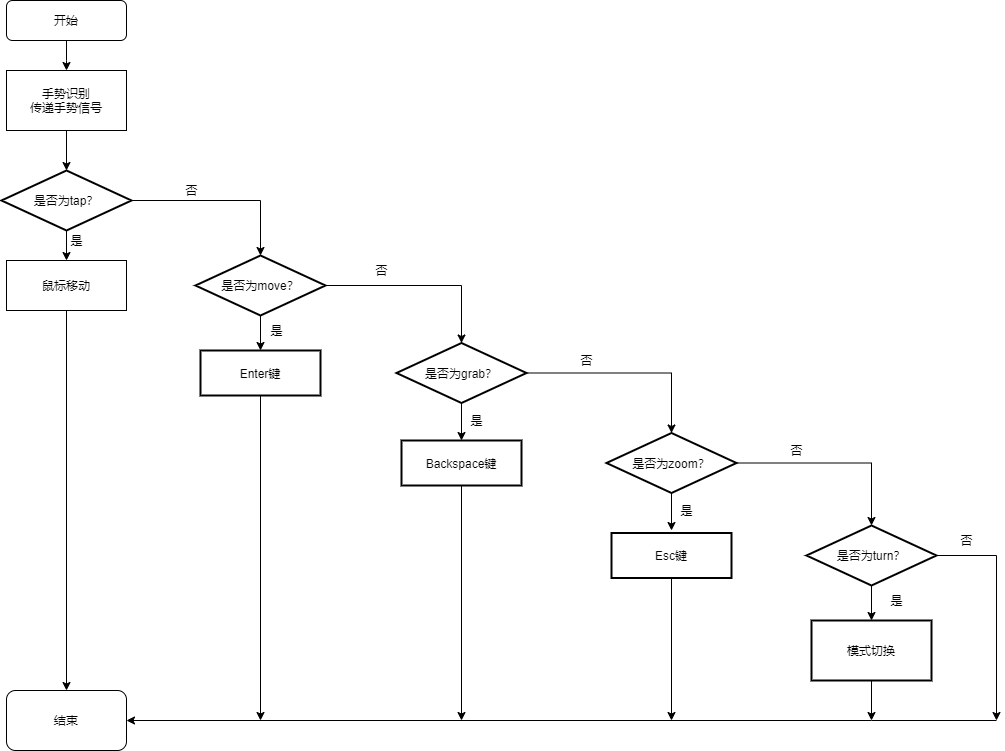
liang-yh/gitskills keeps this draw.io diagram as first.png. Above is the earlier version. Source tidied: cells renumbered, new cells last; positions are measured from the earlier drawing's top-left corner, leaving out a move shared by most shapes.
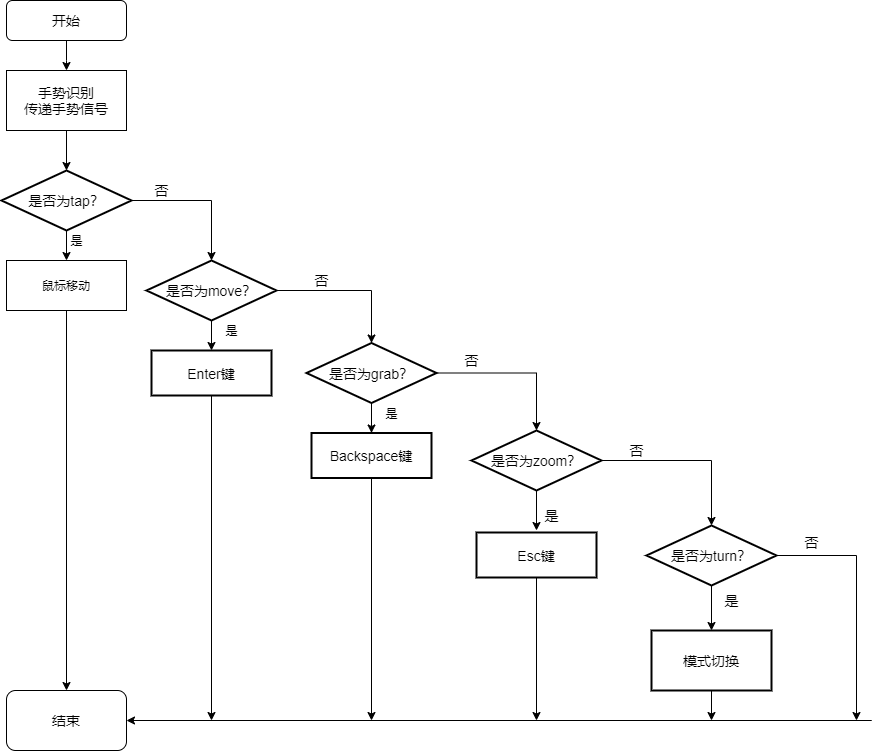
The same file after the commit.

The edit, as a diff of the source:
```diff
@@ -2,7 +2,7 @@
   <root>
     <mxCell id="0" />
     <mxCell id="1" parent="0" />
-    <mxCell id="2" value="开始" style="rounded=1;whiteSpace=wrap;html=1;fontSize=12;glass=0;strokeWidth=1;shadow=0;" parent="1" vertex="1">
+    <mxCell id="2" value="&lt;font style=&quot;font-size: 14px&quot;&gt;开始&lt;/font&gt;" style="rounded=1;whiteSpace=wrap;html=1;fontSize=12;glass=0;strokeWidth=1;shadow=0;" parent="1" vertex="1">
       <mxGeometry x="5" width="120" height="40" as="geometry" />
     </mxCell>
     <mxCell id="3" style="edgeStyle=orthogonalEdgeStyle;rounded=0;jettySize=auto;html=1;" parent="1" edge="1" source="4">
@@ -10,13 +10,17 @@
         <mxPoint x="65" y="170" as="targetPoint" />
       </mxGeometry>
     </mxCell>
-    <mxCell id="4" value="手势识别&lt;br&gt;传递手势信号" style="rounded=0;whiteSpace=wrap;html=1;" parent="1" vertex="1">
+    <mxCell id="4" value="&lt;font style=&quot;font-size: 14px&quot;&gt;手势识别&lt;br&gt;传递手势信号&lt;/font&gt;" style="rounded=0;whiteSpace=wrap;html=1;" parent="1" vertex="1">
       <mxGeometry x="5" y="70" width="120" height="60" as="geometry" />
     </mxCell>
     <mxCell id="5" style="edgeStyle=orthogonalEdgeStyle;rounded=0;jettySize=auto;html=1;" parent="1" edge="1" source="6" target="14">
-      <mxGeometry relative="1" as="geometry" />
+      <mxGeometry relative="1" as="geometry">
+        <Array as="points">
+          <mxPoint x="210" y="200" />
+        </Array>
+      </mxGeometry>
     </mxCell>
-    <mxCell id="6" value="是否为tap？" style="strokeWidth=2;html=1;shape=mxgraph.flowchart.decision;whiteSpace=wrap;" parent="1" vertex="1">
+    <mxCell id="6" value="&lt;font style=&quot;font-size: 14px&quot;&gt;是否为tap？&lt;/font&gt;" style="strokeWidth=2;html=1;shape=mxgraph.flowchart.decision;whiteSpace=wrap;" parent="1" vertex="1">
       <mxGeometry y="170" width="130" height="60" as="geometry" />
     </mxCell>
     <mxCell id="7" style="edgeStyle=orthogonalEdgeStyle;rounded=0;jettySize=auto;html=1;entryX=0.5;entryY=0;entryDx=0;entryDy=0;exitX=0.5;exitY=1;exitDx=0;exitDy=0;" parent="1" edge="1" source="2" target="4">
@@ -47,16 +51,16 @@
     <mxCell id="13" style="edgeStyle=orthogonalEdgeStyle;rounded=0;jettySize=auto;html=1;" parent="1" edge="1" source="14" target="19">
       <mxGeometry relative="1" as="geometry" />
     </mxCell>
-    <mxCell id="14" value="是否为move？" style="strokeWidth=2;html=1;shape=mxgraph.flowchart.decision;whiteSpace=wrap;" parent="1" vertex="1">
-      <mxGeometry x="194" y="255" width="130" height="60" as="geometry" />
+    <mxCell id="14" value="&lt;font style=&quot;font-size: 14px&quot;&gt;是否为move？&lt;/font&gt;" style="strokeWidth=2;html=1;shape=mxgraph.flowchart.decision;whiteSpace=wrap;" parent="1" vertex="1">
+      <mxGeometry x="145" y="260" width="130" height="60" as="geometry" />
     </mxCell>
     <mxCell id="15" style="edgeStyle=orthogonalEdgeStyle;rounded=0;jettySize=auto;html=1;" parent="1" edge="1" source="16">
       <mxGeometry relative="1" as="geometry">
-        <mxPoint x="259" y="720" as="targetPoint" />
+        <mxPoint x="210" y="720" as="targetPoint" />
       </mxGeometry>
     </mxCell>
-    <mxCell id="16" value="Enter键" style="whiteSpace=wrap;html=1;strokeWidth=2;" parent="1" vertex="1">
-      <mxGeometry x="199" y="350" width="120" height="45" as="geometry" />
+    <mxCell id="16" value="&lt;font style=&quot;font-size: 14px&quot;&gt;Enter键&lt;/font&gt;" style="whiteSpace=wrap;html=1;strokeWidth=2;" parent="1" vertex="1">
+      <mxGeometry x="150" y="350" width="120" height="45" as="geometry" />
     </mxCell>
     <mxCell id="17" style="edgeStyle=orthogonalEdgeStyle;rounded=0;jettySize=auto;html=1;" parent="1" edge="1" source="19" target="25">
       <mxGeometry relative="1" as="geometry" />
@@ -64,61 +68,67 @@
     <mxCell id="18" style="edgeStyle=orthogonalEdgeStyle;rounded=0;jettySize=auto;html=1;" parent="1" edge="1" source="19" target="27">
       <mxGeometry relative="1" as="geometry" />
     </mxCell>
-    <mxCell id="19" value="是否为grab？" style="strokeWidth=2;html=1;shape=mxgraph.flowchart.decision;whiteSpace=wrap;" parent="1" vertex="1">
-      <mxGeometry x="395" y="342.5" width="130" height="60" as="geometry" />
+    <mxCell id="19" value="&lt;font style=&quot;font-size: 14px&quot;&gt;是否为grab？&lt;/font&gt;" style="strokeWidth=2;html=1;shape=mxgraph.flowchart.decision;whiteSpace=wrap;" parent="1" vertex="1">
+      <mxGeometry x="305" y="342.5" width="130" height="60" as="geometry" />
     </mxCell>
-    <mxCell id="20" value="否" style="text;html=1;align=center;verticalAlign=middle;strokeColor=none;" parent="1" vertex="1">
-      <mxGeometry x="175" y="180" width="30" height="20" as="geometry" />
+    <mxCell id="20" value="&lt;font style=&quot;font-size: 14px&quot;&gt;否&lt;/font&gt;" style="text;html=1;align=center;verticalAlign=middle;strokeColor=none;" parent="1" vertex="1">
+      <mxGeometry x="145" y="180" width="30" height="20" as="geometry" />
     </mxCell>
-    <mxCell id="21" value="否" style="text;html=1;align=center;verticalAlign=middle;strokeColor=none;" parent="1" vertex="1">
-      <mxGeometry x="365" y="260" width="30" height="20" as="geometry" />
+    <mxCell id="21" value="&lt;font style=&quot;font-size: 14px&quot;&gt;否&lt;/font&gt;" style="text;html=1;align=center;verticalAlign=middle;strokeColor=none;" parent="1" vertex="1">
+      <mxGeometry x="305" y="270" width="30" height="20" as="geometry" />
     </mxCell>
     <mxCell id="22" value="是" style="text;html=1;align=center;verticalAlign=middle;strokeColor=none;" parent="1" vertex="1">
-      <mxGeometry x="260" y="320" width="30" height="20" as="geometry" />
+      <mxGeometry x="215" y="320" width="30" height="20" as="geometry" />
     </mxCell>
     <mxCell id="23" style="edgeStyle=orthogonalEdgeStyle;rounded=0;jettySize=auto;html=1;" parent="1" edge="1" source="25" target="32">
       <mxGeometry relative="1" as="geometry" />
     </mxCell>
     <mxCell id="24" style="edgeStyle=orthogonalEdgeStyle;rounded=0;jettySize=auto;html=1;" parent="1" edge="1" source="25">
       <mxGeometry relative="1" as="geometry">
-        <mxPoint x="670" y="530" as="targetPoint" />
+        <mxPoint x="535" y="530" as="targetPoint" />
+        <Array as="points">
+          <mxPoint x="535" y="530" />
+        </Array>
       </mxGeometry>
     </mxCell>
-    <mxCell id="25" value="是否为zoom？" style="strokeWidth=2;html=1;shape=mxgraph.flowchart.decision;whiteSpace=wrap;" parent="1" vertex="1">
-      <mxGeometry x="605" y="432.5" width="130" height="60" as="geometry" />
+    <mxCell id="25" value="&lt;font style=&quot;font-size: 14px&quot;&gt;是否为zoom？&lt;/font&gt;" style="strokeWidth=2;html=1;shape=mxgraph.flowchart.decision;whiteSpace=wrap;" parent="1" vertex="1">
+      <mxGeometry x="470" y="430" width="130" height="60" as="geometry" />
     </mxCell>
     <mxCell id="26" style="edgeStyle=orthogonalEdgeStyle;rounded=0;jettySize=auto;html=1;" parent="1" edge="1" source="27">
       <mxGeometry relative="1" as="geometry">
-        <mxPoint x="460" y="720" as="targetPoint" />
+        <mxPoint x="370" y="720" as="targetPoint" />
+        <Array as="points">
+          <mxPoint x="370" y="720" />
+        </Array>
       </mxGeometry>
     </mxCell>
-    <mxCell id="27" value="Backspace键" style="whiteSpace=wrap;html=1;strokeWidth=2;" parent="1" vertex="1">
-      <mxGeometry x="400" y="440" width="120" height="45" as="geometry" />
+    <mxCell id="27" value="&lt;font style=&quot;font-size: 14px&quot;&gt;Backspace键&lt;/font&gt;" style="whiteSpace=wrap;html=1;strokeWidth=2;" parent="1" vertex="1">
+      <mxGeometry x="310" y="432.5" width="120" height="45" as="geometry" />
     </mxCell>
-    <mxCell id="28" value="否" style="text;html=1;align=center;verticalAlign=middle;strokeColor=none;" parent="1" vertex="1">
-      <mxGeometry x="570" y="350" width="30" height="20" as="geometry" />
+    <mxCell id="28" value="&lt;font style=&quot;font-size: 14px&quot;&gt;否&lt;/font&gt;" style="text;html=1;align=center;verticalAlign=middle;strokeColor=none;" parent="1" vertex="1">
+      <mxGeometry x="455" y="350" width="30" height="20" as="geometry" />
     </mxCell>
     <mxCell id="29" value="是" style="text;html=1;align=center;verticalAlign=middle;strokeColor=none;" parent="1" vertex="1">
-      <mxGeometry x="460" y="410" width="30" height="20" as="geometry" />
+      <mxGeometry x="375" y="402.5" width="30" height="20" as="geometry" />
     </mxCell>
     <mxCell id="30" style="edgeStyle=orthogonalEdgeStyle;rounded=0;jettySize=auto;html=1;" parent="1" edge="1" source="32" target="35">
       <mxGeometry relative="1" as="geometry" />
     </mxCell>
     <mxCell id="31" style="edgeStyle=orthogonalEdgeStyle;rounded=0;jettySize=auto;html=1;" parent="1" edge="1" source="32">
       <mxGeometry relative="1" as="geometry">
-        <mxPoint x="995" y="720" as="targetPoint" />
+        <mxPoint x="855" y="720" as="targetPoint" />
         <Array as="points">
-          <mxPoint x="995" y="555" />
-          <mxPoint x="995" y="720" />
+          <mxPoint x="855" y="555" />
+          <mxPoint x="855" y="720" />
         </Array>
       </mxGeometry>
     </mxCell>
-    <mxCell id="32" value="是否为turn？" style="strokeWidth=2;html=1;shape=mxgraph.flowchart.decision;whiteSpace=wrap;" parent="1" vertex="1">
-      <mxGeometry x="805" y="525" width="130" height="60" as="geometry" />
+    <mxCell id="32" value="&lt;font style=&quot;font-size: 14px&quot;&gt;是否为turn？&lt;/font&gt;" style="strokeWidth=2;html=1;shape=mxgraph.flowchart.decision;whiteSpace=wrap;" parent="1" vertex="1">
+      <mxGeometry x="645" y="525" width="130" height="60" as="geometry" />
     </mxCell>
     <mxCell id="33" style="edgeStyle=orthogonalEdgeStyle;rounded=0;jettySize=auto;html=1;entryX=1;entryY=0.5;entryDx=0;entryDy=0;" parent="1" edge="1" target="40">
       <mxGeometry relative="1" as="geometry">
-        <mxPoint x="995" y="720" as="sourcePoint" />
+        <mxPoint x="825" y="720" as="sourcePoint" />
         <Array as="points">
           <mxPoint x="870" y="720" />
         </Array>
@@ -126,34 +136,34 @@
     </mxCell>
     <mxCell id="34" style="edgeStyle=orthogonalEdgeStyle;rounded=0;jettySize=auto;html=1;" parent="1" edge="1" source="35">
       <mxGeometry relative="1" as="geometry">
-        <mxPoint x="870" y="720" as="targetPoint" />
+        <mxPoint x="710" y="720" as="targetPoint" />
       </mxGeometry>
     </mxCell>
-    <mxCell id="35" value="模式切换" style="whiteSpace=wrap;html=1;strokeWidth=2;" parent="1" vertex="1">
-      <mxGeometry x="810" y="620" width="120" height="60" as="geometry" />
+    <mxCell id="35" value="&lt;font style=&quot;font-size: 14px&quot;&gt;模式切换&lt;/font&gt;" style="whiteSpace=wrap;html=1;strokeWidth=2;" parent="1" vertex="1">
+      <mxGeometry x="650" y="630" width="120" height="60" as="geometry" />
     </mxCell>
     <mxCell id="36" style="edgeStyle=orthogonalEdgeStyle;rounded=0;jettySize=auto;html=1;" parent="1" edge="1" source="37">
       <mxGeometry relative="1" as="geometry">
-        <mxPoint x="670" y="720" as="targetPoint" />
+        <mxPoint x="535" y="720" as="targetPoint" />
       </mxGeometry>
     </mxCell>
-    <mxCell id="37" value="Esc键" style="whiteSpace=wrap;html=1;strokeWidth=2;" parent="1" vertex="1">
-      <mxGeometry x="610" y="532.5" width="120" height="45" as="geometry" />
+    <mxCell id="37" value="&lt;font style=&quot;font-size: 14px&quot;&gt;Esc键&lt;/font&gt;" style="whiteSpace=wrap;html=1;strokeWidth=2;" parent="1" vertex="1">
+      <mxGeometry x="475" y="532" width="120" height="45" as="geometry" />
     </mxCell>
-    <mxCell id="38" value="是" style="text;html=1;align=center;verticalAlign=middle;strokeColor=none;" parent="1" vertex="1">
-      <mxGeometry x="670" y="500" width="30" height="20" as="geometry" />
+    <mxCell id="38" value="&lt;font style=&quot;font-size: 14px&quot;&gt;是&lt;/font&gt;" style="text;html=1;align=center;verticalAlign=middle;strokeColor=none;" parent="1" vertex="1">
+      <mxGeometry x="535" y="505" width="30" height="20" as="geometry" />
     </mxCell>
-    <mxCell id="39" value="否" style="text;html=1;align=center;verticalAlign=middle;strokeColor=none;" parent="1" vertex="1">
-      <mxGeometry x="780" y="440" width="30" height="20" as="geometry" />
+    <mxCell id="39" value="&lt;font style=&quot;font-size: 14px&quot;&gt;否&lt;/font&gt;" style="text;html=1;align=center;verticalAlign=middle;strokeColor=none;" parent="1" vertex="1">
+      <mxGeometry x="620" y="440" width="30" height="20" as="geometry" />
     </mxCell>
-    <mxCell id="40" value="结束" style="rounded=1;whiteSpace=wrap;html=1;" parent="1" vertex="1">
+    <mxCell id="40" value="&lt;font style=&quot;font-size: 14px&quot;&gt;结束&lt;/font&gt;" style="rounded=1;whiteSpace=wrap;html=1;" parent="1" vertex="1">
       <mxGeometry x="5" y="690" width="120" height="60" as="geometry" />
     </mxCell>
-    <mxCell id="41" value="是" style="text;html=1;align=center;verticalAlign=middle;strokeColor=none;" parent="1" vertex="1">
-      <mxGeometry x="880" y="590" width="30" height="20" as="geometry" />
+    <mxCell id="41" value="&lt;font style=&quot;font-size: 14px&quot;&gt;是&lt;/font&gt;" style="text;html=1;align=center;verticalAlign=middle;strokeColor=none;" parent="1" vertex="1">
+      <mxGeometry x="715" y="590" width="30" height="20" as="geometry" />
     </mxCell>
-    <mxCell id="42" value="否" style="text;html=1;align=center;verticalAlign=middle;strokeColor=none;" parent="1" vertex="1">
-      <mxGeometry x="950" y="530" width="30" height="20" as="geometry" />
+    <mxCell id="42" value="&lt;font style=&quot;font-size: 14px&quot;&gt;否&lt;/font&gt;" style="text;html=1;align=center;verticalAlign=middle;strokeColor=none;" parent="1" vertex="1">
+      <mxGeometry x="795" y="532" width="30" height="20" as="geometry" />
     </mxCell>
   </root>
 </mxGraphModel>
```
